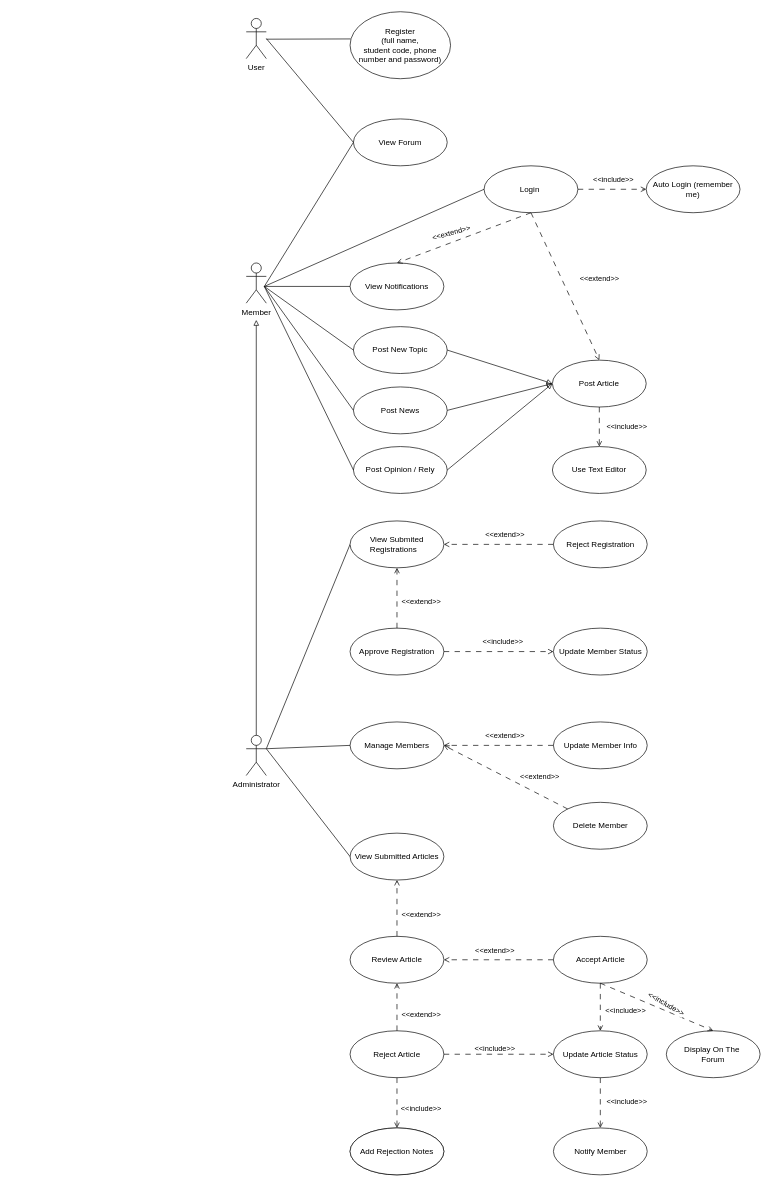
Above: Lab1_UseCase_diagram.drawio in zombieTDV/Software-Engineer-Team1-Repo (draw.io), before the change. Source tidied: cells renumbered, new cells numbered last; positions are measured from the earlier drawing's top-left corner, leaving out a move shared by most shapes. Both pictures are drawn from the tidied source at 67%, with x=0, y=0 at pixel (246, 11).
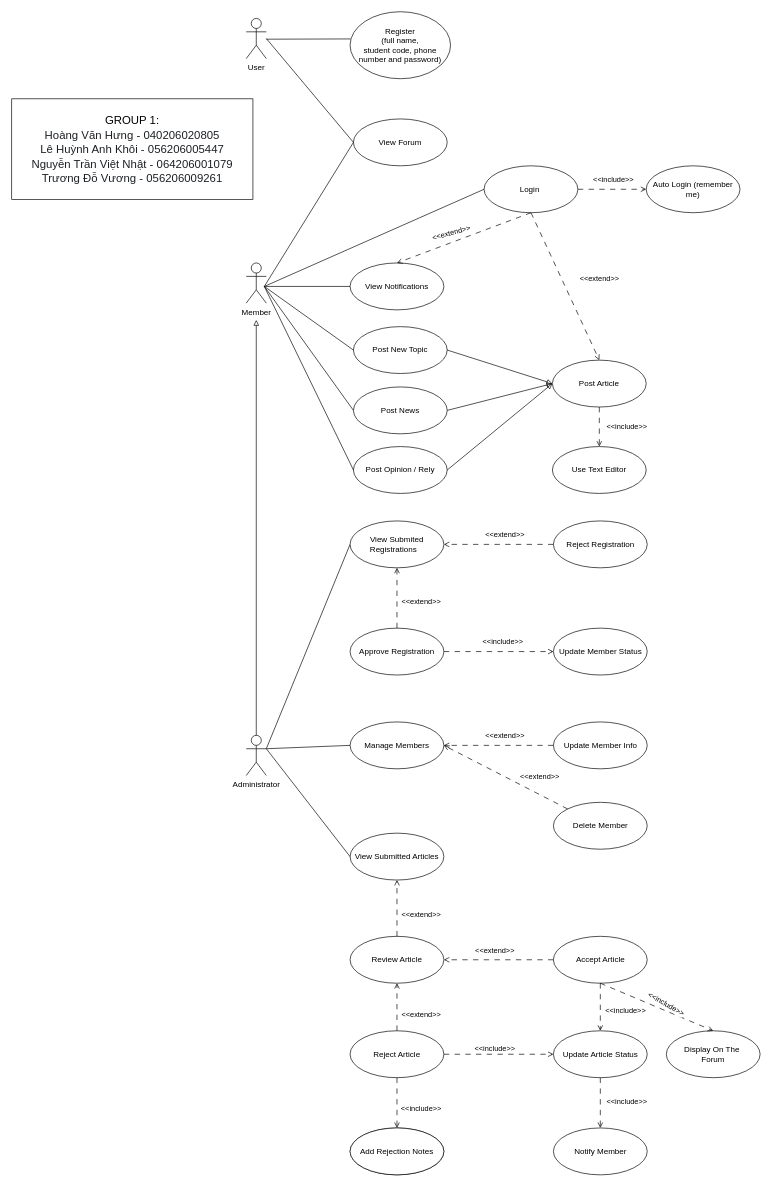
The same diagram, later.

Commit message:
-Update Tên và MSSV

Diff of the diagram source:
```diff
@@
+    <mxCell id="80" value="&lt;h2 style=&quot;forced-color-adjust: none; orphans: 2; text-indent: 0px; widows: 2; text-decoration-thickness: initial; text-decoration-style: initial; text-decoration-color: initial; color: rgb(0, 0, 0);&quot;&gt;&lt;span style=&quot;color: rgb(0, 0, 0); font-family: Helvetica; font-size: 17px; font-style: normal; font-variant-ligatures: normal; font-variant-caps: normal; font-weight: 400; letter-spacing: normal; text-transform: none; word-spacing: 0px; -webkit-text-stroke-width: 0px; white-space: nowrap;&quot;&gt;GROUP 1:&lt;br&gt;&lt;/span&gt;&lt;span style=&quot;color: rgb(29, 33, 37); font-family: Nunito, sans-serif; font-size: 17px; font-style: normal; font-variant-ligatures: normal; font-variant-caps: normal; font-weight: 400; letter-spacing: normal; text-transform: none; word-spacing: 0px; -webkit-text-stroke-width: 0px; white-space: normal; background-color: rgb(255, 255, 255);&quot;&gt;Hoàng Văn Hưng -&amp;nbsp;040206020805&lt;br&gt;&lt;/span&gt;&lt;font style=&quot;forced-color-adjust: none;&quot;&gt;&lt;span style=&quot;forced-color-adjust: none; background-color: rgb(255, 255, 255); color: rgb(29, 33, 37);&quot;&gt;&lt;font face=&quot;Nunito, sans-serif&quot; color=&quot;#1d2125&quot;&gt;&lt;span style=&quot;font-size: 17px; font-weight: 400;&quot;&gt;Lê Huỳnh Anh Khôi - 056206005447&lt;/span&gt;&lt;/font&gt;&lt;br&gt;&lt;/span&gt;&lt;/font&gt;&lt;font style=&quot;color: rgb(0, 0, 0); font-family: Helvetica; font-size: 17px; font-style: normal; font-variant-ligatures: normal; font-variant-caps: normal; font-weight: 400; letter-spacing: normal; text-transform: none; word-spacing: 0px; -webkit-text-stroke-width: 0px; white-space: nowrap; forced-color-adjust: none;&quot;&gt;&lt;span style=&quot;forced-color-adjust: none; color: rgb(29, 33, 37); font-family: Nunito, sans-serif; text-wrap-mode: wrap; background-color: rgb(255, 255, 255);&quot;&gt;Nguyễn Trần Việt Nhật -&amp;nbsp;064206001079&lt;br&gt;&lt;/span&gt;&lt;/font&gt;&lt;font style=&quot;color: rgb(0, 0, 0); font-family: Helvetica; font-size: 17px; font-style: normal; font-variant-ligatures: normal; font-variant-caps: normal; font-weight: 400; letter-spacing: normal; text-transform: none; word-spacing: 0px; -webkit-text-stroke-width: 0px; white-space: nowrap; forced-color-adjust: none;&quot;&gt;&lt;span style=&quot;forced-color-adjust: none; color: rgb(29, 33, 37); font-family: Nunito, sans-serif; text-wrap-mode: wrap; background-color: rgb(255, 255, 255);&quot;&gt;Trương Đỗ Vương - 056206009261&lt;/span&gt;&lt;/font&gt;&lt;/h2&gt;" style="text;whiteSpace=wrap;html=1;strokeColor=default;align=center;" parent="1" vertex="1">
+      <mxGeometry x="-350" y="130" width="360" height="150" as="geometry" />
+    </mxCell>
```
